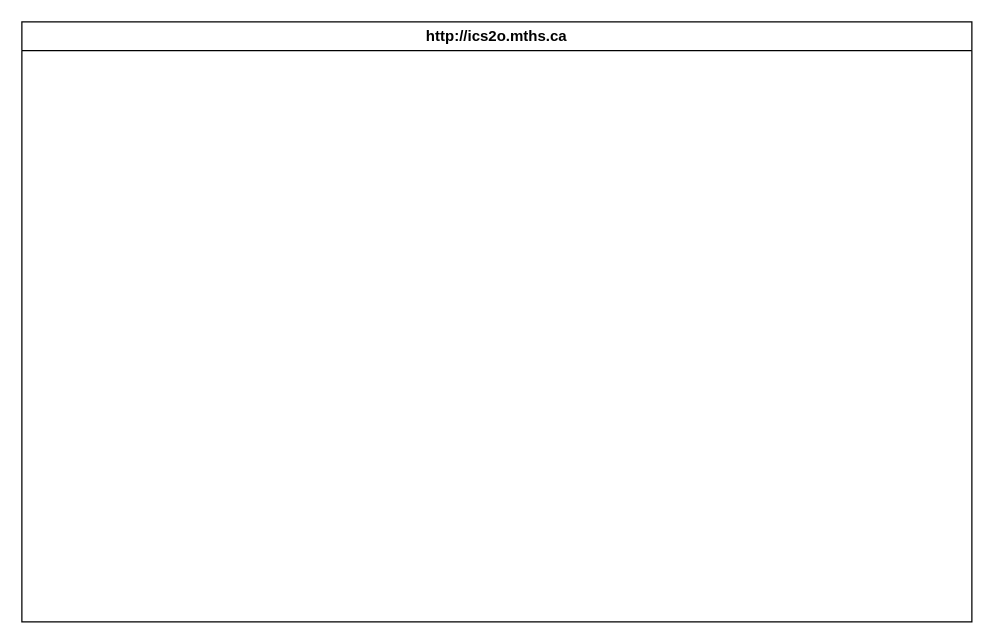
This is design/storyboard.drawio from MTHS-ICS2O-2-2022/ICS2O-Unit-5-01-jakub-malhotra, a draw.io file, before an edit. Source tidied: cells renumbered, new cells numbered last; positions are measured from the earlier drawing's top-left corner, leaving out a move shared by most shapes. Both pictures are drawn from the tidied source at 125%, with x=0, y=0 at pixel (21, 21).
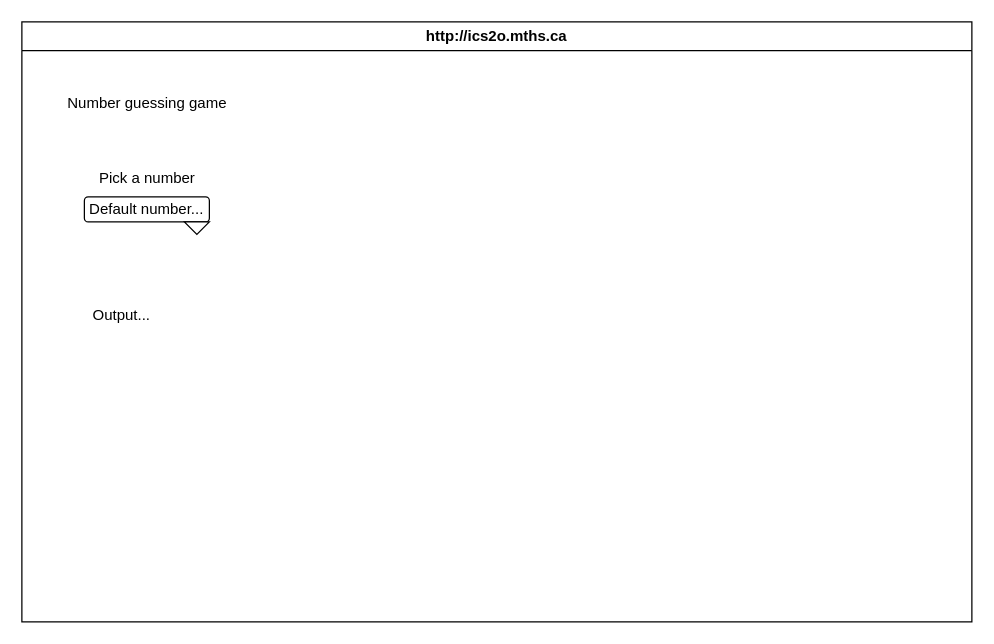
Above is the later version.

Diff of the diagram source:
```diff
@@
 <mxGraphModel>
   <root>
     <mxCell id="0" />
     <mxCell id="1" parent="0" />
     <mxCell id="2" value="http://ics2o.mths.ca" style="swimlane;whiteSpace=wrap;html=1;" parent="1" vertex="1">
       <mxGeometry width="760" height="480" as="geometry" />
     </mxCell>
+    <mxCell id="3" value="Default number..." style="rounded=1;whiteSpace=wrap;html=1;" parent="2" vertex="1">
+      <mxGeometry x="50" y="140" width="100" height="20" as="geometry" />
+    </mxCell>
+    <mxCell id="4" style="triangle;whiteSpace=wrap;html=1;rotation=90;" parent="2" vertex="1">
+      <mxGeometry x="135" y="155" width="10" height="20" as="geometry" />
+    </mxCell>
+    <mxCell id="5" value="Pick a number" style="text;html=1;align=center;verticalAlign=middle;strokeColor=none;fillColor=none;" parent="2" vertex="1">
+      <mxGeometry x="50" y="110" width="100" height="30" as="geometry" />
+    </mxCell>
+    <mxCell id="6" value="Number guessing game" style="text;html=1;align=center;verticalAlign=middle;strokeColor=none;fillColor=none;" parent="2" vertex="1">
+      <mxGeometry x="25" y="50" width="150" height="30" as="geometry" />
+    </mxCell>
+    <mxCell id="7" value="Output..." style="text;html=1;strokeColor=none;fillColor=none;align=center;verticalAlign=middle;whiteSpace=wrap;rounded=0;" parent="2" vertex="1">
+      <mxGeometry x="40" y="220" width="80" height="30" as="geometry" />
+    </mxCell>
   </root>
 </mxGraphModel>
```
